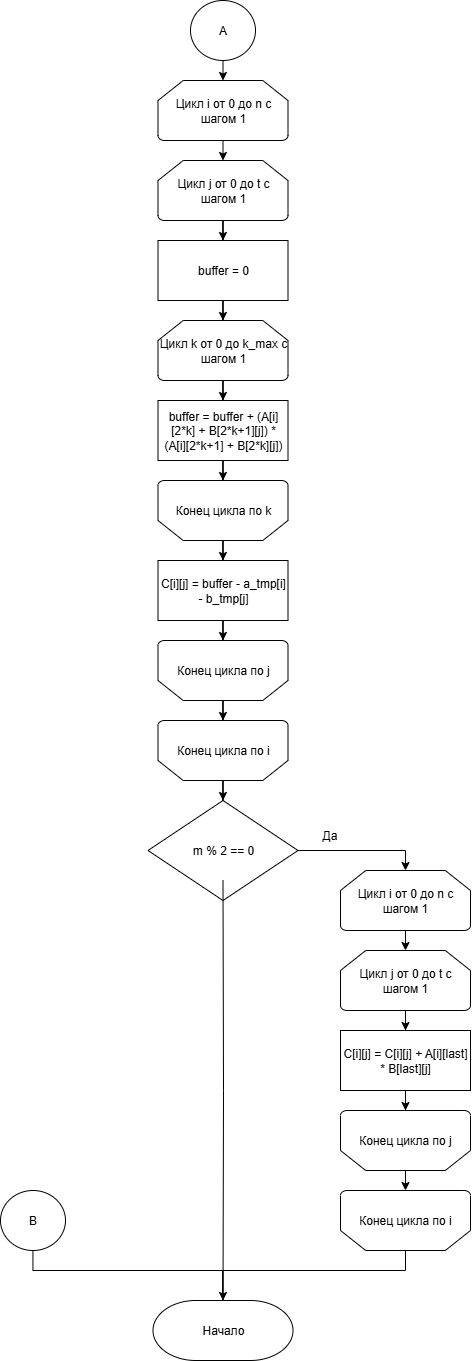
This is Labs/lab_01/report/images/vinograd_opt_scheme_2.png from Pricolistok/Algorithm-analysis, a draw.io export, as it was before one commit. Source tidied: cells renumbered, new cells last; positions are measured from the earlier drawing's top-left corner, leaving out a move shared by most shapes.
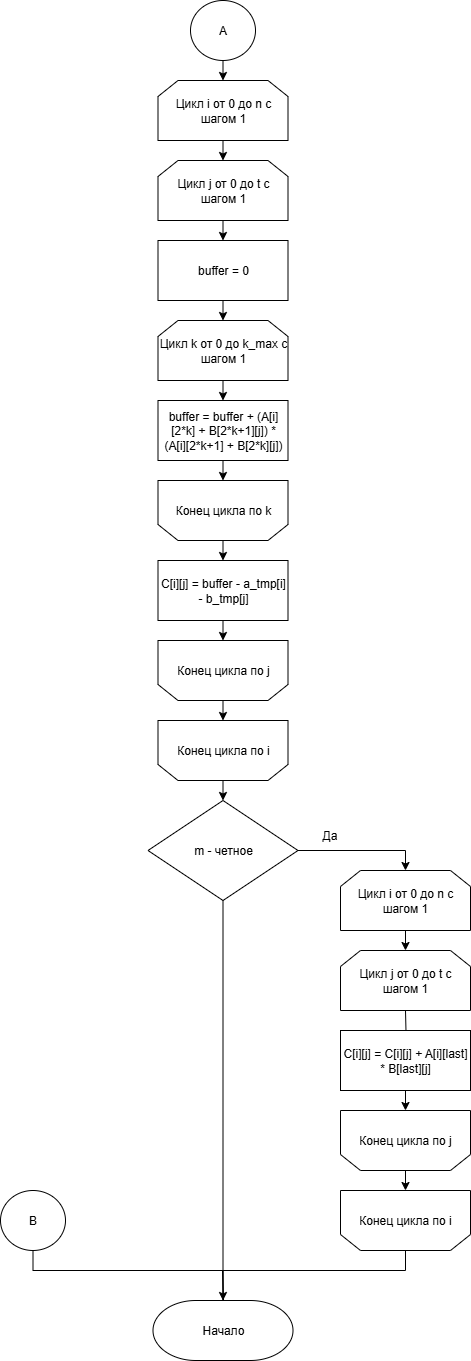
Later version of the same file.

Diff of the diagram source:
```diff
@@ -2,94 +2,91 @@
   <root>
     <mxCell id="0" />
     <mxCell id="1" parent="0" />
-    <mxCell id="2" value="Цикл i от 0 до n с шагом 1" style="strokeWidth=1;html=1;shape=mxgraph.flowchart.loop_limit;whiteSpace=wrap;" parent="1" vertex="1">
-      <mxGeometry x="157.5" y="80" width="130" height="60" as="geometry" />
-    </mxCell>
-    <mxCell id="3" style="edgeStyle=orthogonalEdgeStyle;rounded=0;jettySize=auto;html=1;entryX=0.5;entryY=0;entryDx=0;entryDy=0;strokeWidth=1;" parent="1" edge="1" source="4" target="34">
-      <mxGeometry relative="1" as="geometry" />
+    <mxCell id="3" style="edgeStyle=orthogonalEdgeStyle;rounded=0;jettySize=auto;html=1;entryX=0.5;entryY=0;entryDx=0;entryDy=0;strokeWidth=1;" parent="1" edge="1" target="34">
+      <mxGeometry relative="1" as="geometry">
+        <mxPoint x="222.5" y="380" as="sourcePoint" />
+      </mxGeometry>
     </mxCell>
-    <mxCell id="4" value="Цикл k от 0 до k_max с шагом 1" style="strokeWidth=1;html=1;shape=mxgraph.flowchart.loop_limit;whiteSpace=wrap;" parent="1" vertex="1">
-      <mxGeometry x="157.5" y="320" width="130" height="60" as="geometry" />
-    </mxCell>
     <mxCell id="5" value="C[i][j] = buffer - a_tmp[i] - b_tmp[j]" style="rounded=0;whiteSpace=wrap;html=1;strokeWidth=1;" parent="1" vertex="1">
       <mxGeometry x="157.5" y="560" width="130" height="60" as="geometry" />
     </mxCell>
-    <mxCell id="6" style="edgeStyle=orthogonalEdgeStyle;rounded=0;jettySize=auto;html=1;entryX=0.5;entryY=0;entryDx=0;entryDy=0;strokeWidth=1;" parent="1" edge="1" source="7" target="5">
-      <mxGeometry relative="1" as="geometry" />
+    <mxCell id="6" style="edgeStyle=orthogonalEdgeStyle;rounded=0;jettySize=auto;html=1;entryX=0.5;entryY=0;entryDx=0;entryDy=0;strokeWidth=1;" parent="1" edge="1" target="5">
+      <mxGeometry relative="1" as="geometry">
+        <mxPoint x="222.5" y="540" as="sourcePoint" />
+      </mxGeometry>
     </mxCell>
-    <mxCell id="7" value="Конец цикла по k" style="strokeWidth=1;html=1;shape=mxgraph.flowchart.loop_limit;whiteSpace=wrap;flipV=1;" parent="1" vertex="1">
-      <mxGeometry x="157.5" y="480" width="130" height="60" as="geometry" />
-    </mxCell>
-    <mxCell id="8" value="Конец цикла по i" style="strokeWidth=1;html=1;shape=mxgraph.flowchart.loop_limit;whiteSpace=wrap;flipV=1;" parent="1" vertex="1">
-      <mxGeometry x="157.5" y="720" width="130" height="60" as="geometry" />
-    </mxCell>
     <mxCell id="9" value="А" style="strokeWidth=1;html=1;shape=mxgraph.flowchart.start_2;whiteSpace=wrap;" parent="1" vertex="1">
       <mxGeometry x="190" width="65" height="60" as="geometry" />
     </mxCell>
     <mxCell id="10" value="B" style="strokeWidth=1;html=1;shape=mxgraph.flowchart.start_2;whiteSpace=wrap;" parent="1" vertex="1">
       <mxGeometry y="1190" width="65" height="60" as="geometry" />
     </mxCell>
-    <mxCell id="11" style="edgeStyle=orthogonalEdgeStyle;rounded=0;jettySize=auto;html=1;entryX=0.5;entryY=0;entryDx=0;entryDy=0;strokeWidth=1;" parent="1" edge="1" source="12" target="33">
-      <mxGeometry relative="1" as="geometry" />
+    <mxCell id="11" style="edgeStyle=orthogonalEdgeStyle;rounded=0;jettySize=auto;html=1;entryX=0.5;entryY=0;entryDx=0;entryDy=0;strokeWidth=1;" parent="1" edge="1" target="33">
+      <mxGeometry relative="1" as="geometry">
+        <mxPoint x="222.5" y="220" as="sourcePoint" />
+      </mxGeometry>
     </mxCell>
-    <mxCell id="12" value="Цикл j от 0 до t с шагом 1" style="strokeWidth=1;html=1;shape=mxgraph.flowchart.loop_limit;whiteSpace=wrap;" parent="1" vertex="1">
-      <mxGeometry x="157.5" y="160" width="130" height="60" as="geometry" />
-    </mxCell>
-    <mxCell id="13" value="Конец цикла по j" style="strokeWidth=1;html=1;shape=mxgraph.flowchart.loop_limit;whiteSpace=wrap;flipV=1;" parent="1" vertex="1">
-      <mxGeometry x="157.5" y="640" width="130" height="60" as="geometry" />
-    </mxCell>
-    <mxCell id="14" value="m % 2 == 0" style="strokeWidth=1;html=1;shape=mxgraph.flowchart.decision;whiteSpace=wrap;" parent="1" vertex="1">
+    <mxCell id="14" value="m - четное" style="strokeWidth=1;html=1;shape=mxgraph.flowchart.decision;whiteSpace=wrap;" parent="1" vertex="1">
       <mxGeometry x="147.5" y="800" width="150" height="100" as="geometry" />
     </mxCell>
-    <mxCell id="15" style="edgeStyle=orthogonalEdgeStyle;rounded=0;jettySize=auto;html=1;strokeWidth=1;" parent="1" edge="1" source="16" target="18">
-      <mxGeometry relative="1" as="geometry" />
+    <mxCell id="15" style="edgeStyle=orthogonalEdgeStyle;rounded=0;jettySize=auto;html=1;strokeWidth=1;" parent="1" edge="1" target="18">
+      <mxGeometry relative="1" as="geometry">
+        <mxPoint x="405" y="1010" as="sourcePoint" />
+      </mxGeometry>
     </mxCell>
-    <mxCell id="16" value="Цикл j от 0 до t с шагом 1" style="strokeWidth=1;html=1;shape=mxgraph.flowchart.loop_limit;whiteSpace=wrap;" parent="1" vertex="1">
-      <mxGeometry x="340" y="950" width="130" height="60" as="geometry" />
-    </mxCell>
-    <mxCell id="17" style="edgeStyle=orthogonalEdgeStyle;rounded=0;jettySize=auto;html=1;strokeWidth=1;" parent="1" edge="1" source="18" target="19">
-      <mxGeometry relative="1" as="geometry" />
+    <mxCell id="17" style="edgeStyle=orthogonalEdgeStyle;rounded=0;jettySize=auto;html=1;strokeWidth=1;" parent="1" edge="1" source="18">
+      <mxGeometry relative="1" as="geometry">
+        <mxPoint x="405" y="1110" as="targetPoint" />
+      </mxGeometry>
     </mxCell>
     <mxCell id="18" value="C[i][j] = C[i][j] + A[i][last] * B[last][j]" style="rounded=0;whiteSpace=wrap;html=1;strokeWidth=1;" parent="1" vertex="1">
       <mxGeometry x="340" y="1030" width="130" height="60" as="geometry" />
     </mxCell>
-    <mxCell id="19" value="Конец цикла по j" style="strokeWidth=1;html=1;shape=mxgraph.flowchart.loop_limit;whiteSpace=wrap;flipV=1;" parent="1" vertex="1">
-      <mxGeometry x="340" y="1110" width="130" height="60" as="geometry" />
-    </mxCell>
-    <mxCell id="20" value="Цикл i от 0 до n с шагом 1" style="strokeWidth=1;html=1;shape=mxgraph.flowchart.loop_limit;whiteSpace=wrap;" parent="1" vertex="1">
-      <mxGeometry x="340" y="870" width="130" height="60" as="geometry" />
-    </mxCell>
-    <mxCell id="21" value="Конец цикла по i" style="strokeWidth=1;html=1;shape=mxgraph.flowchart.loop_limit;whiteSpace=wrap;flipV=1;" parent="1" vertex="1">
-      <mxGeometry x="340" y="1190" width="130" height="60" as="geometry" />
-    </mxCell>
-    <mxCell id="22" style="edgeStyle=orthogonalEdgeStyle;rounded=0;jettySize=auto;html=1;exitX=0.5;exitY=1;exitDx=0;exitDy=0;exitPerimeter=0;entryX=0.5;entryY=0;entryDx=0;entryDy=0;entryPerimeter=0;strokeWidth=1;" parent="1" edge="1" source="9" target="2">
-      <mxGeometry relative="1" as="geometry" />
+    <mxCell id="22" style="edgeStyle=orthogonalEdgeStyle;rounded=0;jettySize=auto;html=1;exitX=0.5;exitY=1;exitDx=0;exitDy=0;exitPerimeter=0;entryX=0.5;entryY=0;entryDx=0;entryDy=0;entryPerimeter=0;strokeWidth=1;" parent="1" edge="1" source="9">
+      <mxGeometry relative="1" as="geometry">
+        <mxPoint x="222.5" y="80" as="targetPoint" />
+      </mxGeometry>
     </mxCell>
-    <mxCell id="23" style="edgeStyle=orthogonalEdgeStyle;rounded=0;jettySize=auto;html=1;exitX=0.5;exitY=1;exitDx=0;exitDy=0;exitPerimeter=0;entryX=0.5;entryY=0;entryDx=0;entryDy=0;entryPerimeter=0;strokeWidth=1;" parent="1" edge="1" source="2" target="12">
-      <mxGeometry relative="1" as="geometry" />
+    <mxCell id="23" style="edgeStyle=orthogonalEdgeStyle;rounded=0;orthogonalLoop=1;jettySize=auto;html=1;exitX=0.5;exitY=1;exitDx=0;exitDy=0;exitPerimeter=0;entryX=0.5;entryY=0;entryDx=0;entryDy=0;entryPerimeter=0;strokeWidth=1;" parent="1" edge="1">
+      <mxGeometry relative="1" as="geometry">
+        <mxPoint x="222.5" y="140" as="sourcePoint" />
+        <mxPoint x="222.5" y="160" as="targetPoint" />
+      </mxGeometry>
     </mxCell>
-    <mxCell id="24" style="edgeStyle=orthogonalEdgeStyle;rounded=0;jettySize=auto;html=1;entryX=0.5;entryY=1;entryDx=0;entryDy=0;entryPerimeter=0;strokeWidth=1;" parent="1" edge="1" source="13" target="8">
-      <mxGeometry relative="1" as="geometry" />
+    <mxCell id="24" style="edgeStyle=orthogonalEdgeStyle;rounded=0;orthogonalLoop=1;jettySize=auto;html=1;entryX=0.5;entryY=1;entryDx=0;entryDy=0;entryPerimeter=0;strokeWidth=1;" parent="1" edge="1">
+      <mxGeometry relative="1" as="geometry">
+        <mxPoint x="222.5" y="700" as="sourcePoint" />
+        <mxPoint x="222.5" y="720" as="targetPoint" />
+      </mxGeometry>
     </mxCell>
-    <mxCell id="25" style="edgeStyle=orthogonalEdgeStyle;rounded=0;jettySize=auto;html=1;exitX=1;exitY=0.5;exitDx=0;exitDy=0;exitPerimeter=0;entryX=0.5;entryY=0;entryDx=0;entryDy=0;entryPerimeter=0;strokeWidth=1;" parent="1" edge="1" source="14" target="20">
-      <mxGeometry relative="1" as="geometry" />
+    <mxCell id="25" style="edgeStyle=orthogonalEdgeStyle;rounded=0;jettySize=auto;html=1;exitX=1;exitY=0.5;exitDx=0;exitDy=0;exitPerimeter=0;strokeWidth=1;entryX=0.5;entryY=0;entryDx=0;entryDy=0;" parent="1" edge="1" source="14" target="43">
+      <mxGeometry relative="1" as="geometry">
+        <Array as="points">
+          <mxPoint x="405" y="850" />
+        </Array>
+      </mxGeometry>
     </mxCell>
-    <mxCell id="26" style="edgeStyle=orthogonalEdgeStyle;rounded=0;jettySize=auto;html=1;exitX=0.5;exitY=1;exitDx=0;exitDy=0;exitPerimeter=0;entryX=0.5;entryY=0;entryDx=0;entryDy=0;entryPerimeter=0;strokeWidth=1;" parent="1" edge="1" source="20" target="16">
-      <mxGeometry relative="1" as="geometry" />
+    <mxCell id="26" style="edgeStyle=orthogonalEdgeStyle;rounded=0;orthogonalLoop=1;jettySize=auto;html=1;exitX=0.5;exitY=1;exitDx=0;exitDy=0;exitPerimeter=0;entryX=0.5;entryY=0;entryDx=0;entryDy=0;entryPerimeter=0;strokeWidth=1;" parent="1" edge="1">
+      <mxGeometry relative="1" as="geometry">
+        <mxPoint x="405" y="930" as="sourcePoint" />
+        <mxPoint x="405" y="950" as="targetPoint" />
+      </mxGeometry>
     </mxCell>
-    <mxCell id="27" style="edgeStyle=orthogonalEdgeStyle;rounded=0;jettySize=auto;html=1;exitX=0.5;exitY=0;exitDx=0;exitDy=0;exitPerimeter=0;entryX=0.5;entryY=1;entryDx=0;entryDy=0;entryPerimeter=0;strokeWidth=1;" parent="1" edge="1" source="19" target="21">
-      <mxGeometry relative="1" as="geometry" />
+    <mxCell id="27" style="edgeStyle=orthogonalEdgeStyle;rounded=0;orthogonalLoop=1;jettySize=auto;html=1;exitX=0.5;exitY=0;exitDx=0;exitDy=0;exitPerimeter=0;entryX=0.5;entryY=1;entryDx=0;entryDy=0;entryPerimeter=0;strokeWidth=1;" parent="1" edge="1">
+      <mxGeometry relative="1" as="geometry">
+        <mxPoint x="405" y="1170" as="sourcePoint" />
+        <mxPoint x="405" y="1190" as="targetPoint" />
+      </mxGeometry>
     </mxCell>
     <mxCell id="28" value="Начало" style="strokeWidth=1;html=1;shape=mxgraph.flowchart.terminator;whiteSpace=wrap;" parent="1" vertex="1">
       <mxGeometry x="152.5" y="1300" width="140" height="60" as="geometry" />
     </mxCell>
-    <mxCell id="29" style="edgeStyle=orthogonalEdgeStyle;rounded=0;jettySize=auto;html=1;entryX=0.5;entryY=0;entryDx=0;entryDy=0;entryPerimeter=0;strokeWidth=1;" parent="1" edge="1" target="28">
-      <mxGeometry relative="1" as="geometry">
-        <mxPoint x="222.5" y="880" as="sourcePoint" />
-      </mxGeometry>
+    <mxCell id="29" style="edgeStyle=orthogonalEdgeStyle;rounded=0;jettySize=auto;html=1;entryX=0.5;entryY=0;entryDx=0;entryDy=0;entryPerimeter=0;strokeWidth=1;exitX=0.5;exitY=1;exitDx=0;exitDy=0;exitPerimeter=0;" parent="1" edge="1" source="14" target="28">
+      <mxGeometry relative="1" as="geometry" />
     </mxCell>
-    <mxCell id="30" style="edgeStyle=orthogonalEdgeStyle;rounded=0;jettySize=auto;html=1;endArrow=none;endFill=0;exitX=0.5;exitY=0;exitDx=0;exitDy=0;exitPerimeter=0;strokeWidth=1;" parent="1" edge="1" source="21">
+    <mxCell id="30" style="edgeStyle=orthogonalEdgeStyle;rounded=0;orthogonalLoop=1;jettySize=auto;html=1;endArrow=none;endFill=0;exitX=0.5;exitY=0;exitDx=0;exitDy=0;exitPerimeter=0;strokeWidth=1;" parent="1" edge="1">
       <mxGeometry relative="1" as="geometry">
+        <mxPoint x="405" y="1250" as="sourcePoint" />
         <mxPoint x="223" y="1300" as="targetPoint" />
         <Array as="points">
           <mxPoint x="405" y="1270" />
@@ -114,17 +111,55 @@
     <mxCell id="34" value="buffer = buffer + (A[i][2*k] + B[2*k+1][j]) * (A[i][2*k+1] + B[2*k][j])" style="rounded=0;whiteSpace=wrap;html=1;strokeWidth=1;" parent="1" vertex="1">
       <mxGeometry x="157.5" y="400" width="130" height="60" as="geometry" />
     </mxCell>
-    <mxCell id="35" style="edgeStyle=orthogonalEdgeStyle;rounded=0;jettySize=auto;html=1;entryX=0.5;entryY=0;entryDx=0;entryDy=0;entryPerimeter=0;strokeWidth=1;" parent="1" edge="1" source="33" target="4">
-      <mxGeometry relative="1" as="geometry" />
+    <mxCell id="35" style="edgeStyle=orthogonalEdgeStyle;rounded=0;jettySize=auto;html=1;entryX=0.5;entryY=0;entryDx=0;entryDy=0;entryPerimeter=0;strokeWidth=1;" parent="1" edge="1" source="33">
+      <mxGeometry relative="1" as="geometry">
+        <mxPoint x="222.5" y="320" as="targetPoint" />
+      </mxGeometry>
     </mxCell>
-    <mxCell id="36" style="edgeStyle=orthogonalEdgeStyle;rounded=0;jettySize=auto;html=1;entryX=0.5;entryY=1;entryDx=0;entryDy=0;entryPerimeter=0;strokeWidth=1;" parent="1" edge="1" source="34" target="7">
-      <mxGeometry relative="1" as="geometry" />
+    <mxCell id="36" style="edgeStyle=orthogonalEdgeStyle;rounded=0;jettySize=auto;html=1;entryX=0.5;entryY=1;entryDx=0;entryDy=0;entryPerimeter=0;strokeWidth=1;" parent="1" edge="1" source="34">
+      <mxGeometry relative="1" as="geometry">
+        <mxPoint x="222.5" y="480" as="targetPoint" />
+      </mxGeometry>
     </mxCell>
-    <mxCell id="37" style="edgeStyle=orthogonalEdgeStyle;rounded=0;jettySize=auto;html=1;entryX=0.5;entryY=1;entryDx=0;entryDy=0;entryPerimeter=0;strokeWidth=1;" parent="1" edge="1" source="5" target="13">
-      <mxGeometry relative="1" as="geometry" />
+    <mxCell id="37" style="edgeStyle=orthogonalEdgeStyle;rounded=0;jettySize=auto;html=1;entryX=0.5;entryY=1;entryDx=0;entryDy=0;entryPerimeter=0;strokeWidth=1;" parent="1" edge="1" source="5">
+      <mxGeometry relative="1" as="geometry">
+        <mxPoint x="222.5" y="640" as="targetPoint" />
+      </mxGeometry>
     </mxCell>
-    <mxCell id="38" style="edgeStyle=orthogonalEdgeStyle;rounded=0;jettySize=auto;html=1;entryX=0.5;entryY=0;entryDx=0;entryDy=0;entryPerimeter=0;strokeWidth=1;" parent="1" edge="1" source="8" target="14">
-      <mxGeometry relative="1" as="geometry" />
+    <mxCell id="38" style="edgeStyle=orthogonalEdgeStyle;rounded=0;jettySize=auto;html=1;entryX=0.5;entryY=0;entryDx=0;entryDy=0;entryPerimeter=0;strokeWidth=1;" parent="1" edge="1" target="14">
+      <mxGeometry relative="1" as="geometry">
+        <mxPoint x="222.5" y="780" as="sourcePoint" />
+      </mxGeometry>
     </mxCell>
+    <mxCell id="39" value="Цикл i от 0 до n с шагом 1" style="shape=loopLimit;whiteSpace=wrap;html=1;" parent="1" vertex="1">
+      <mxGeometry x="157.5" y="80" width="130" height="60" as="geometry" />
+    </mxCell>
+    <mxCell id="40" value="Цикл j от 0 до t с шагом 1" style="shape=loopLimit;whiteSpace=wrap;html=1;" parent="1" vertex="1">
+      <mxGeometry x="157.5" y="160" width="130" height="60" as="geometry" />
+    </mxCell>
+    <mxCell id="4" value="Цикл k от 0 до k_max с шагом 1" style="shape=loopLimit;whiteSpace=wrap;html=1;" parent="1" vertex="1">
+      <mxGeometry x="157.5" y="320" width="130" height="60" as="geometry" />
+    </mxCell>
+    <mxCell id="7" value="Конец цикла по k" style="shape=loopLimit;whiteSpace=wrap;html=1;flipV=1;" parent="1" vertex="1">
+      <mxGeometry x="157.5" y="480" width="130" height="60" as="geometry" />
+    </mxCell>
+    <mxCell id="41" value="Конец цикла по j" style="shape=loopLimit;whiteSpace=wrap;html=1;flipV=1;" parent="1" vertex="1">
+      <mxGeometry x="157.5" y="640" width="130" height="60" as="geometry" />
+    </mxCell>
+    <mxCell id="42" value="Конец цикла по i" style="shape=loopLimit;whiteSpace=wrap;html=1;flipV=1;" parent="1" vertex="1">
+      <mxGeometry x="157.5" y="720" width="130" height="60" as="geometry" />
+    </mxCell>
+    <mxCell id="43" value="Цикл i от 0 до n с шагом 1" style="shape=loopLimit;whiteSpace=wrap;html=1;" parent="1" vertex="1">
+      <mxGeometry x="340" y="870" width="130" height="60" as="geometry" />
+    </mxCell>
+    <mxCell id="44" value="Цикл j от 0 до t с шагом 1" style="shape=loopLimit;whiteSpace=wrap;html=1;" parent="1" vertex="1">
+      <mxGeometry x="340" y="950" width="130" height="60" as="geometry" />
+    </mxCell>
+    <mxCell id="45" value="Конец цикла по j" style="shape=loopLimit;whiteSpace=wrap;html=1;flipV=1;" parent="1" vertex="1">
+      <mxGeometry x="340" y="1110" width="130" height="60" as="geometry" />
+    </mxCell>
+    <mxCell id="46" value="Конец цикла по i" style="shape=loopLimit;whiteSpace=wrap;html=1;flipV=1;" parent="1" vertex="1">
+      <mxGeometry x="340" y="1190" width="130" height="60" as="geometry" />
+    </mxCell>
   </root>
 </mxGraphModel>
```
